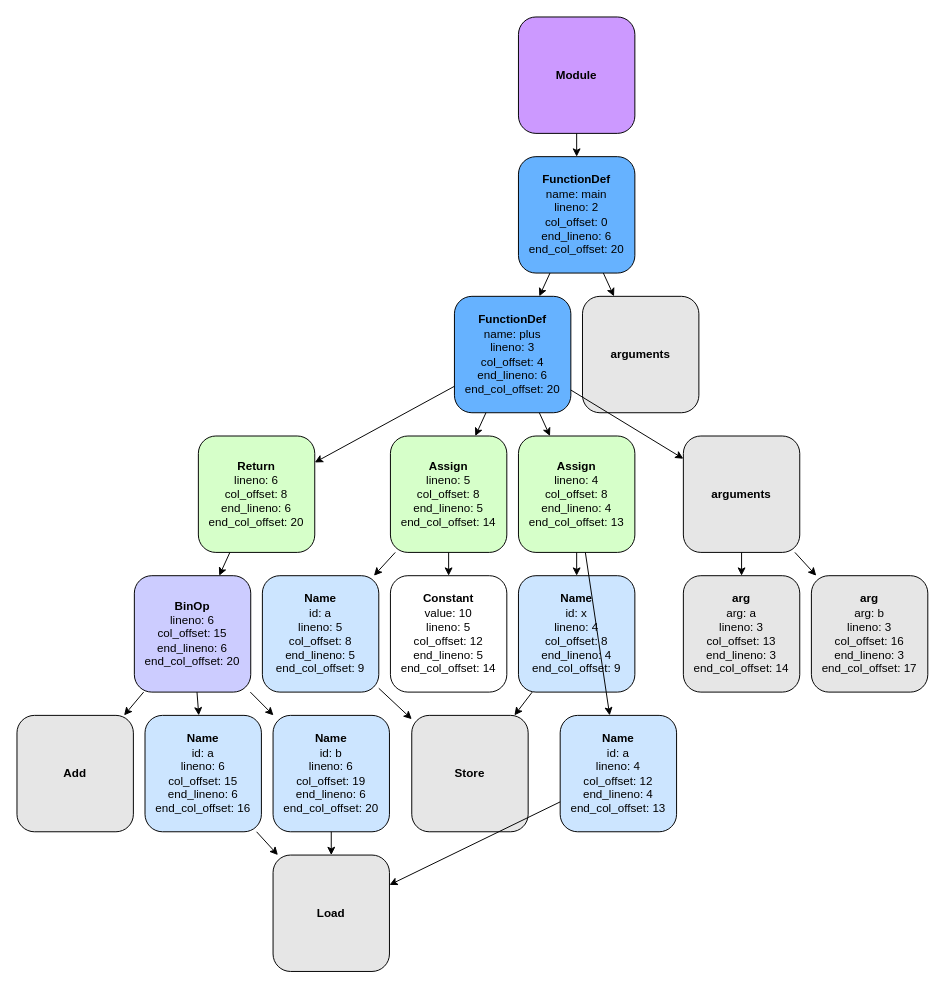
Earlier version of the draw.io diagram output.drawio (nastia-39/project-6390). Source tidied: cells renumbered, new cells numbered last; positions are measured from the earlier drawing's top-left corner, leaving out a move shared by most shapes. Both pictures are drawn from the tidied source at 97%, with x=0, y=0 at pixel (16, 16).
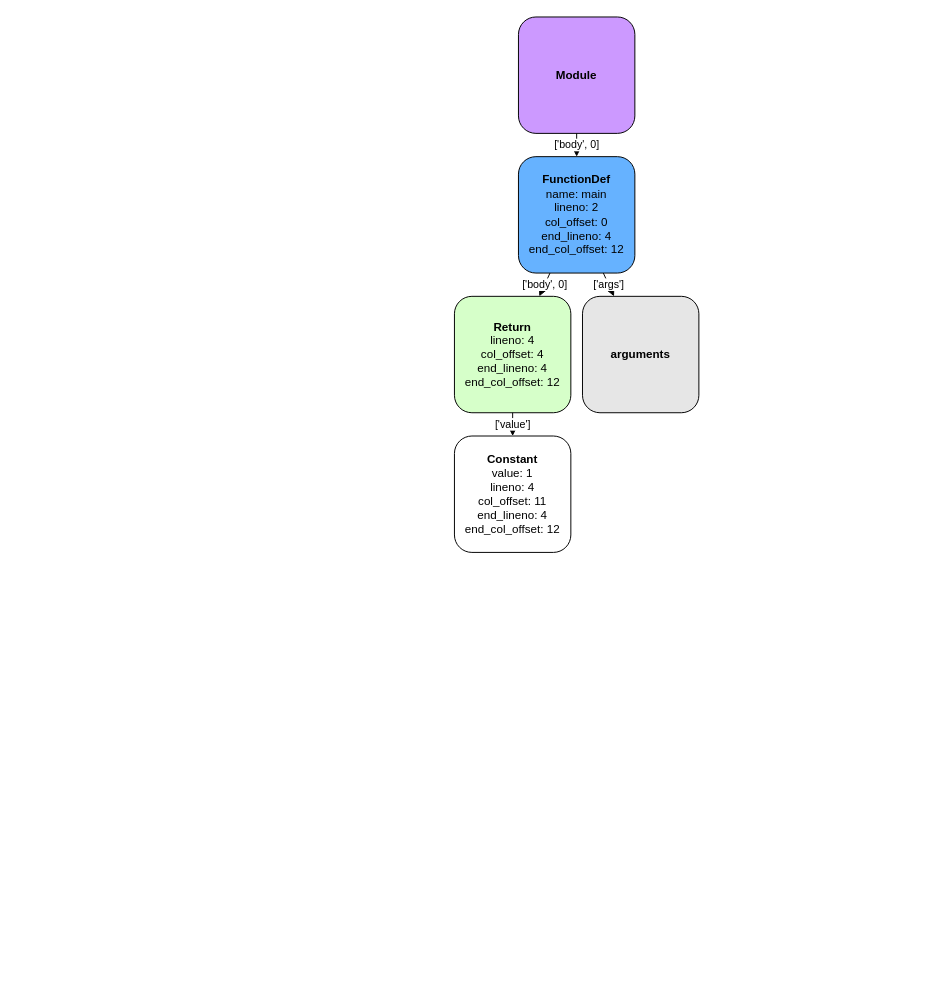
After the change.

Unchanged cells that the change refers to:
```xml
<mxCell id="2" value="&lt;b&gt;Module&lt;/b&gt;" style="rounded=1;whiteSpace=wrap;html=1;fillColor=#CC99FF;strokeColor=#000000;" parent="1" vertex="1">
  <mxGeometry x="517" width="120" height="120" as="geometry" />
</mxCell>
```

What changed in the source:
```diff
@@
-    <mxCell id="3" value="&lt;b&gt;FunctionDef&lt;/b&gt;&lt;br&gt;name: main&lt;br&gt;lineno: 2&lt;br&gt;col_offset: 0&lt;br&gt;end_lineno: 6&lt;br&gt;end_col_offset: 20" style="rounded=1;whiteSpace=wrap;html=1;fillColor=#66B2FF;strokeColor=#000000;" parent="1" vertex="1">
-      <mxGeometry x="517" y="144" width="120" height="120" as="geometry" />
-    </mxCell>
-    <mxCell id="4" value="&lt;b&gt;arguments&lt;/b&gt;" style="rounded=1;whiteSpace=wrap;html=1;fillColor=#E6E6E6;strokeColor=#000000;" parent="1" vertex="1">
-      <mxGeometry x="583" y="288" width="120" height="120" as="geometry" />
-    </mxCell>
-    <mxCell id="5" value="&lt;b&gt;FunctionDef&lt;/b&gt;&lt;br&gt;name: plus&lt;br&gt;lineno: 3&lt;br&gt;col_offset: 4&lt;br&gt;end_lineno: 6&lt;br&gt;end_col_offset: 20" style="rounded=1;whiteSpace=wrap;html=1;fillColor=#66B2FF;strokeColor=#000000;" parent="1" vertex="1">
-      <mxGeometry x="451" y="288" width="120" height="120" as="geometry" />
-    </mxCell>
-    <mxCell id="6" value="&lt;b&gt;arguments&lt;/b&gt;" style="rounded=1;whiteSpace=wrap;html=1;fillColor=#E6E6E6;strokeColor=#000000;" parent="1" vertex="1">
-      <mxGeometry x="687" y="432" width="120" height="120" as="geometry" />
-    </mxCell>
-    <mxCell id="7" value="&lt;b&gt;arg&lt;/b&gt;&lt;br&gt;arg: a&lt;br&gt;lineno: 3&lt;br&gt;col_offset: 13&lt;br&gt;end_lineno: 3&lt;br&gt;end_col_offset: 14" style="rounded=1;whiteSpace=wrap;html=1;fillColor=#E6E6E6;strokeColor=#000000;" parent="1" vertex="1">
-      <mxGeometry x="687" y="576" width="120" height="120" as="geometry" />
-    </mxCell>
-    <mxCell id="8" value="&lt;b&gt;arg&lt;/b&gt;&lt;br&gt;arg: b&lt;br&gt;lineno: 3&lt;br&gt;col_offset: 16&lt;br&gt;end_lineno: 3&lt;br&gt;end_col_offset: 17" style="rounded=1;whiteSpace=wrap;html=1;fillColor=#E6E6E6;strokeColor=#000000;" parent="1" vertex="1">
-      <mxGeometry x="819" y="576" width="120" height="120" as="geometry" />
-    </mxCell>
-    <mxCell id="9" value="&lt;b&gt;Assign&lt;/b&gt;&lt;br&gt;lineno: 4&lt;br&gt;col_offset: 8&lt;br&gt;end_lineno: 4&lt;br&gt;end_col_offset: 13" style="rounded=1;whiteSpace=wrap;html=1;fillColor=#D6FFC9;strokeColor=#000000;" parent="1" vertex="1">
-      <mxGeometry x="517" y="432" width="120" height="120" as="geometry" />
-    </mxCell>
-    <mxCell id="10" value="&lt;b&gt;Name&lt;/b&gt;&lt;br&gt;id: x&lt;br&gt;lineno: 4&lt;br&gt;col_offset: 8&lt;br&gt;end_lineno: 4&lt;br&gt;end_col_offset: 9" style="rounded=1;whiteSpace=wrap;html=1;fillColor=#CCE5FF;strokeColor=#000000;" parent="1" vertex="1">
-      <mxGeometry x="517" y="576" width="120" height="120" as="geometry" />
-    </mxCell>
-    <mxCell id="11" value="&lt;b&gt;Store&lt;/b&gt;" style="rounded=1;whiteSpace=wrap;html=1;fillColor=#E6E6E6;strokeColor=#000000;" parent="1" vertex="1">
-      <mxGeometry x="407" y="720" width="120" height="120" as="geometry" />
-    </mxCell>
-    <mxCell id="12" value="&lt;b&gt;Name&lt;/b&gt;&lt;br&gt;id: a&lt;br&gt;lineno: 4&lt;br&gt;col_offset: 12&lt;br&gt;end_lineno: 4&lt;br&gt;end_col_offset: 13" style="rounded=1;whiteSpace=wrap;html=1;fillColor=#CCE5FF;strokeColor=#000000;" parent="1" vertex="1">
-      <mxGeometry x="560" y="720" width="120" height="120" as="geometry" />
-    </mxCell>
-    <mxCell id="13" value="&lt;b&gt;Load&lt;/b&gt;" style="rounded=1;whiteSpace=wrap;html=1;fillColor=#E6E6E6;strokeColor=#000000;" parent="1" vertex="1">
-      <mxGeometry x="264" y="864" width="120" height="120" as="geometry" />
-    </mxCell>
-    <mxCell id="14" value="&lt;b&gt;Assign&lt;/b&gt;&lt;br&gt;lineno: 5&lt;br&gt;col_offset: 8&lt;br&gt;end_lineno: 5&lt;br&gt;end_col_offset: 14" style="rounded=1;whiteSpace=wrap;html=1;fillColor=#D6FFC9;strokeColor=#000000;" parent="1" vertex="1">
-      <mxGeometry x="385" y="432" width="120" height="120" as="geometry" />
-    </mxCell>
-    <mxCell id="15" value="&lt;b&gt;Name&lt;/b&gt;&lt;br&gt;id: a&lt;br&gt;lineno: 5&lt;br&gt;col_offset: 8&lt;br&gt;end_lineno: 5&lt;br&gt;end_col_offset: 9" style="rounded=1;whiteSpace=wrap;html=1;fillColor=#CCE5FF;strokeColor=#000000;" parent="1" vertex="1">
-      <mxGeometry x="253" y="576" width="120" height="120" as="geometry" />
-    </mxCell>
-    <mxCell id="16" value="&lt;b&gt;Constant&lt;/b&gt;&lt;br&gt;value: 10&lt;br&gt;lineno: 5&lt;br&gt;col_offset: 12&lt;br&gt;end_lineno: 5&lt;br&gt;end_col_offset: 14" style="rounded=1;whiteSpace=wrap;html=1;fillColor=#FFFFFF;strokeColor=#000000;" parent="1" vertex="1">
-      <mxGeometry x="385" y="576" width="120" height="120" as="geometry" />
-    </mxCell>
-    <mxCell id="17" value="&lt;b&gt;Return&lt;/b&gt;&lt;br&gt;lineno: 6&lt;br&gt;col_offset: 8&lt;br&gt;end_lineno: 6&lt;br&gt;end_col_offset: 20" style="rounded=1;whiteSpace=wrap;html=1;fillColor=#D6FFC9;strokeColor=#000000;" parent="1" vertex="1">
-      <mxGeometry x="187" y="432" width="120" height="120" as="geometry" />
-    </mxCell>
-    <mxCell id="18" value="&lt;b&gt;BinOp&lt;/b&gt;&lt;br&gt;lineno: 6&lt;br&gt;col_offset: 15&lt;br&gt;end_lineno: 6&lt;br&gt;end_col_offset: 20" style="rounded=1;whiteSpace=wrap;html=1;fillColor=#CCCCFF;strokeColor=#000000;" parent="1" vertex="1">
-      <mxGeometry x="121" y="576" width="120" height="120" as="geometry" />
-    </mxCell>
-    <mxCell id="19" value="&lt;b&gt;Name&lt;/b&gt;&lt;br&gt;id: a&lt;br&gt;lineno: 6&lt;br&gt;col_offset: 15&lt;br&gt;end_lineno: 6&lt;br&gt;end_col_offset: 16" style="rounded=1;whiteSpace=wrap;html=1;fillColor=#CCE5FF;strokeColor=#000000;" parent="1" vertex="1">
-      <mxGeometry x="132" y="720" width="120" height="120" as="geometry" />
-    </mxCell>
-    <mxCell id="20" value="&lt;b&gt;Add&lt;/b&gt;" style="rounded=1;whiteSpace=wrap;html=1;fillColor=#E6E6E6;strokeColor=#000000;" parent="1" vertex="1">
-      <mxGeometry y="720" width="120" height="120" as="geometry" />
-    </mxCell>
-    <mxCell id="21" value="&lt;b&gt;Name&lt;/b&gt;&lt;br&gt;id: b&lt;br&gt;lineno: 6&lt;br&gt;col_offset: 19&lt;br&gt;end_lineno: 6&lt;br&gt;end_col_offset: 20" style="rounded=1;whiteSpace=wrap;html=1;fillColor=#CCE5FF;strokeColor=#000000;" parent="1" vertex="1">
-      <mxGeometry x="264" y="720" width="120" height="120" as="geometry" />
-    </mxCell>
-    <mxCell id="22" style="endArrow=classic;html=1;" parent="1" edge="1" source="2" target="3">
-      <mxGeometry relative="1" as="geometry" />
-    </mxCell>
-    <mxCell id="23" style="endArrow=classic;html=1;" parent="1" edge="1" source="3" target="4">
-      <mxGeometry relative="1" as="geometry" />
-    </mxCell>
-    <mxCell id="24" style="endArrow=classic;html=1;" parent="1" edge="1" source="3" target="5">
-      <mxGeometry relative="1" as="geometry" />
-    </mxCell>
-    <mxCell id="25" style="endArrow=classic;html=1;" parent="1" edge="1" source="5" target="6">
-      <mxGeometry relative="1" as="geometry" />
-    </mxCell>
-    <mxCell id="26" style="endArrow=classic;html=1;" parent="1" edge="1" source="5" target="9">
-      <mxGeometry relative="1" as="geometry" />
-    </mxCell>
-    <mxCell id="27" style="endArrow=classic;html=1;" parent="1" edge="1" source="5" target="14">
-      <mxGeometry relative="1" as="geometry" />
-    </mxCell>
-    <mxCell id="28" style="endArrow=classic;html=1;" parent="1" edge="1" source="5" target="17">
-      <mxGeometry relative="1" as="geometry" />
-    </mxCell>
-    <mxCell id="29" style="endArrow=classic;html=1;" parent="1" edge="1" source="6" target="7">
-      <mxGeometry relative="1" as="geometry" />
-    </mxCell>
-    <mxCell id="30" style="endArrow=classic;html=1;" parent="1" edge="1" source="6" target="8">
-      <mxGeometry relative="1" as="geometry" />
-    </mxCell>
-    <mxCell id="31" style="endArrow=classic;html=1;" parent="1" edge="1" source="9" target="10">
-      <mxGeometry relative="1" as="geometry" />
-    </mxCell>
-    <mxCell id="32" style="endArrow=classic;html=1;" parent="1" edge="1" source="9" target="12">
-      <mxGeometry relative="1" as="geometry" />
-    </mxCell>
-    <mxCell id="33" style="endArrow=classic;html=1;" parent="1" edge="1" source="10" target="11">
-      <mxGeometry relative="1" as="geometry" />
-    </mxCell>
-    <mxCell id="34" style="endArrow=classic;html=1;" parent="1" edge="1" source="12" target="13">
-      <mxGeometry relative="1" as="geometry" />
-    </mxCell>
-    <mxCell id="35" style="endArrow=classic;html=1;" parent="1" edge="1" source="14" target="15">
-      <mxGeometry relative="1" as="geometry" />
-    </mxCell>
-    <mxCell id="36" style="endArrow=classic;html=1;" parent="1" edge="1" source="14" target="16">
-      <mxGeometry relative="1" as="geometry" />
-    </mxCell>
-    <mxCell id="37" style="endArrow=classic;html=1;" parent="1" edge="1" source="15" target="11">
-      <mxGeometry relative="1" as="geometry" />
-    </mxCell>
-    <mxCell id="38" style="endArrow=classic;html=1;" parent="1" edge="1" source="17" target="18">
-      <mxGeometry relative="1" as="geometry" />
-    </mxCell>
-    <mxCell id="39" style="endArrow=classic;html=1;" parent="1" edge="1" source="18" target="19">
-      <mxGeometry relative="1" as="geometry" />
-    </mxCell>
-    <mxCell id="40" style="endArrow=classic;html=1;" parent="1" edge="1" source="18" target="20">
-      <mxGeometry relative="1" as="geometry" />
-    </mxCell>
-    <mxCell id="41" style="endArrow=classic;html=1;" parent="1" edge="1" source="18" target="21">
-      <mxGeometry relative="1" as="geometry" />
-    </mxCell>
-    <mxCell id="42" style="endArrow=classic;html=1;" parent="1" edge="1" source="19" target="13">
-      <mxGeometry relative="1" as="geometry" />
-    </mxCell>
-    <mxCell id="43" style="endArrow=classic;html=1;" parent="1" edge="1" source="21" target="13">
-      <mxGeometry relative="1" as="geometry" />
-    </mxCell>
+    <mxCell id="44" value="&lt;b&gt;FunctionDef&lt;/b&gt;&lt;br&gt;name: main&lt;br&gt;lineno: 2&lt;br&gt;col_offset: 0&lt;br&gt;end_lineno: 4&lt;br&gt;end_col_offset: 12" style="rounded=1;whiteSpace=wrap;html=1;fillColor=#66B2FF;strokeColor=#000000;" parent="1" vertex="1">
+      <mxGeometry x="517" y="144" width="120" height="120" as="geometry" />
+    </mxCell>
+    <mxCell id="45" value="&lt;b&gt;arguments&lt;/b&gt;" style="rounded=1;whiteSpace=wrap;html=1;fillColor=#E6E6E6;strokeColor=#000000;" parent="1" vertex="1">
+      <mxGeometry x="583" y="288" width="120" height="120" as="geometry" />
+    </mxCell>
+    <mxCell id="46" value="&lt;b&gt;Return&lt;/b&gt;&lt;br&gt;lineno: 4&lt;br&gt;col_offset: 4&lt;br&gt;end_lineno: 4&lt;br&gt;end_col_offset: 12" style="rounded=1;whiteSpace=wrap;html=1;fillColor=#D6FFC9;strokeColor=#000000;" parent="1" vertex="1">
+      <mxGeometry x="451" y="288" width="120" height="120" as="geometry" />
+    </mxCell>
+    <mxCell id="47" value="&lt;b&gt;Constant&lt;/b&gt;&lt;br&gt;value: 1&lt;br&gt;lineno: 4&lt;br&gt;col_offset: 11&lt;br&gt;end_lineno: 4&lt;br&gt;end_col_offset: 12" style="rounded=1;whiteSpace=wrap;html=1;fillColor=#FFFFFF;strokeColor=#000000;" parent="1" vertex="1">
+      <mxGeometry x="451" y="432" width="120" height="120" as="geometry" />
+    </mxCell>
+    <mxCell id="48" value="['body', 0]" style="endArrow=classic;html=1;" parent="1" edge="1" source="2" target="44">
+      <mxGeometry relative="1" as="geometry" />
+    </mxCell>
+    <mxCell id="49" value="['args']" style="endArrow=classic;html=1;" parent="1" edge="1" source="44" target="45">
+      <mxGeometry relative="1" as="geometry" />
+    </mxCell>
+    <mxCell id="50" value="['body', 0]" style="endArrow=classic;html=1;" parent="1" edge="1" source="44" target="46">
+      <mxGeometry relative="1" as="geometry" />
+    </mxCell>
+    <mxCell id="51" value="['value']" style="endArrow=classic;html=1;" parent="1" edge="1" source="46" target="47">
+      <mxGeometry relative="1" as="geometry" />
+    </mxCell>
```
